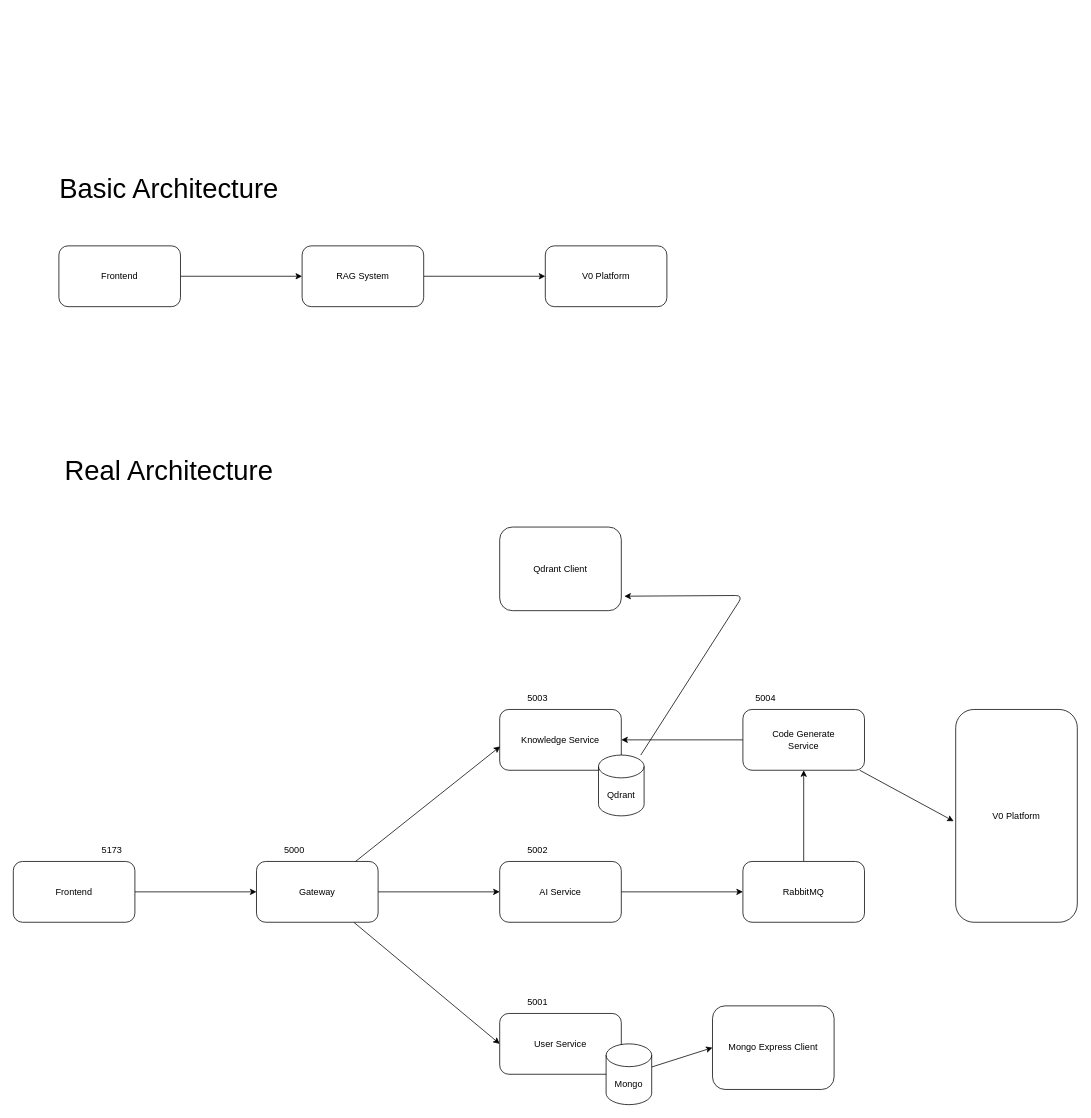
The draw.io diagram system/architecture.drawio in JeralSandeeptha/sitecore-genai-architecture, before the edit. Source tidied: cells renumbered, new cells numbered last; positions are measured from the earlier drawing's top-left corner, leaving out a move shared by most shapes. Both pictures are drawn from the tidied source at 76%, with x=0, y=0 at pixel (13, 177).
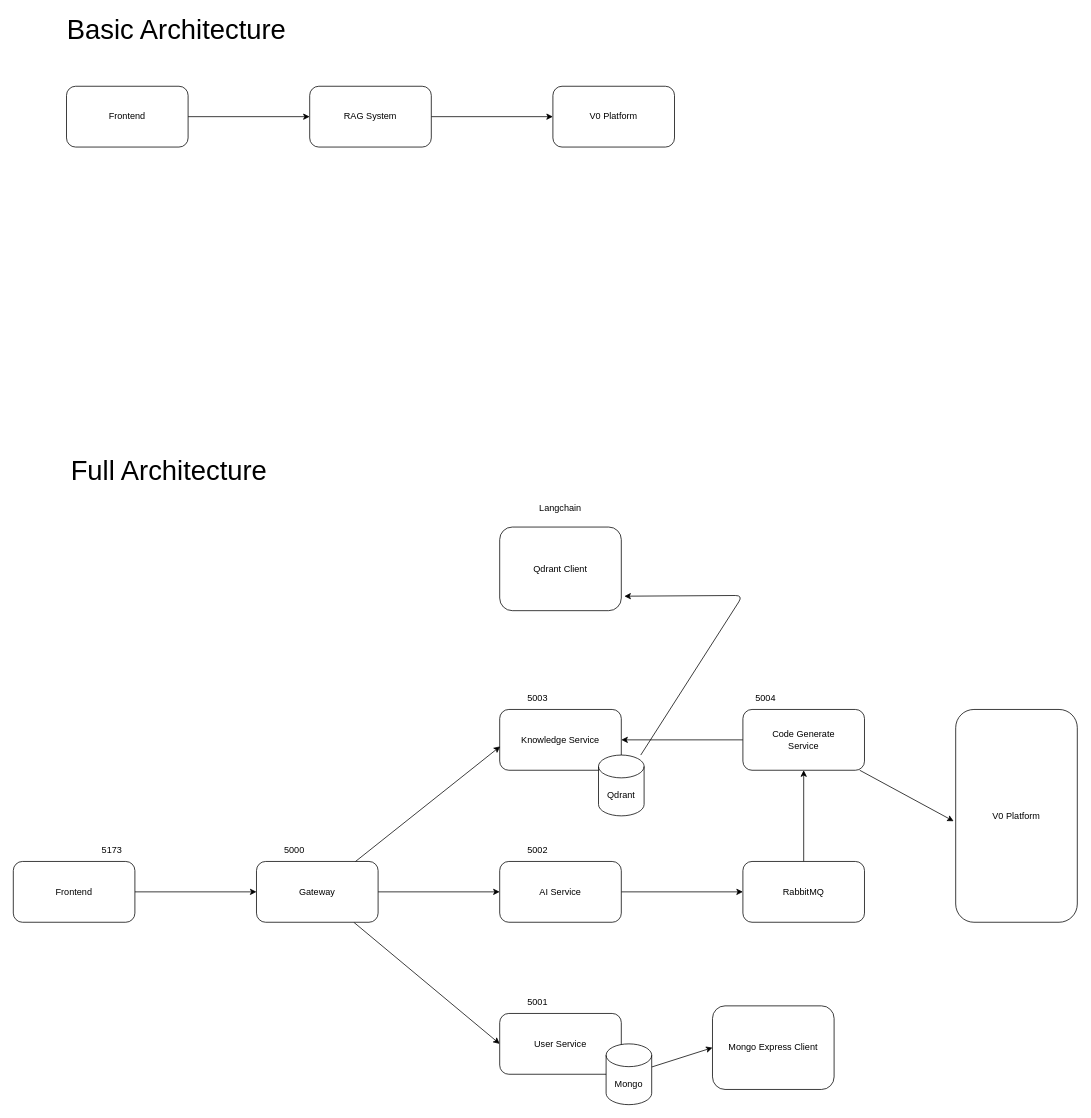
The same page after the edit.

Diff of the diagram source:
```diff
@@
     <mxCell id="31" value="Frontend" style="rounded=1;whiteSpace=wrap;html=1;" parent="1" vertex="1">
-      <mxGeometry x="60" y="90" width="160" height="80" as="geometry" />
+      <mxGeometry x="70" y="-120" width="160" height="80" as="geometry" />
     </mxCell>
@@
     <mxCell id="33" value="RAG System" style="rounded=1;whiteSpace=wrap;html=1;" parent="1" vertex="1">
-      <mxGeometry x="380" y="90" width="160" height="80" as="geometry" />
+      <mxGeometry x="390" y="-120" width="160" height="80" as="geometry" />
     </mxCell>
     <mxCell id="34" value="V0 Platform" style="rounded=1;whiteSpace=wrap;html=1;" parent="1" vertex="1">
-      <mxGeometry x="700" y="90" width="160" height="80" as="geometry" />
+      <mxGeometry x="710" y="-120" width="160" height="80" as="geometry" />
     </mxCell>
     <mxCell id="35" value="&lt;font style=&quot;font-size: 36px;&quot;&gt;Basic Architecture&lt;/font&gt;" style="text;html=1;align=center;verticalAlign=middle;whiteSpace=wrap;rounded=0;" parent="1" vertex="1">
-      <mxGeometry x="20" width="370" height="30" as="geometry" />
+      <mxGeometry x="30" y="-210" width="370" height="30" as="geometry" />
     </mxCell>
-    <mxCell id="36" value="&lt;font style=&quot;font-size: 36px;&quot;&gt;Real Architecture&lt;/font&gt;" style="text;html=1;align=center;verticalAlign=middle;whiteSpace=wrap;rounded=0;" parent="1" vertex="1">
+    <mxCell id="36" value="&lt;font style=&quot;font-size: 36px;&quot;&gt;Full Architecture&lt;/font&gt;" style="text;html=1;align=center;verticalAlign=middle;whiteSpace=wrap;rounded=0;" parent="1" vertex="1">
       <mxGeometry x="20" y="370" width="370" height="30" as="geometry" />
     </mxCell>
+    <mxCell id="37" value="Langchain" style="text;html=1;align=center;verticalAlign=middle;whiteSpace=wrap;rounded=0;" parent="1" vertex="1">
+      <mxGeometry x="690" y="420" width="60" height="30" as="geometry" />
+    </mxCell>
```
